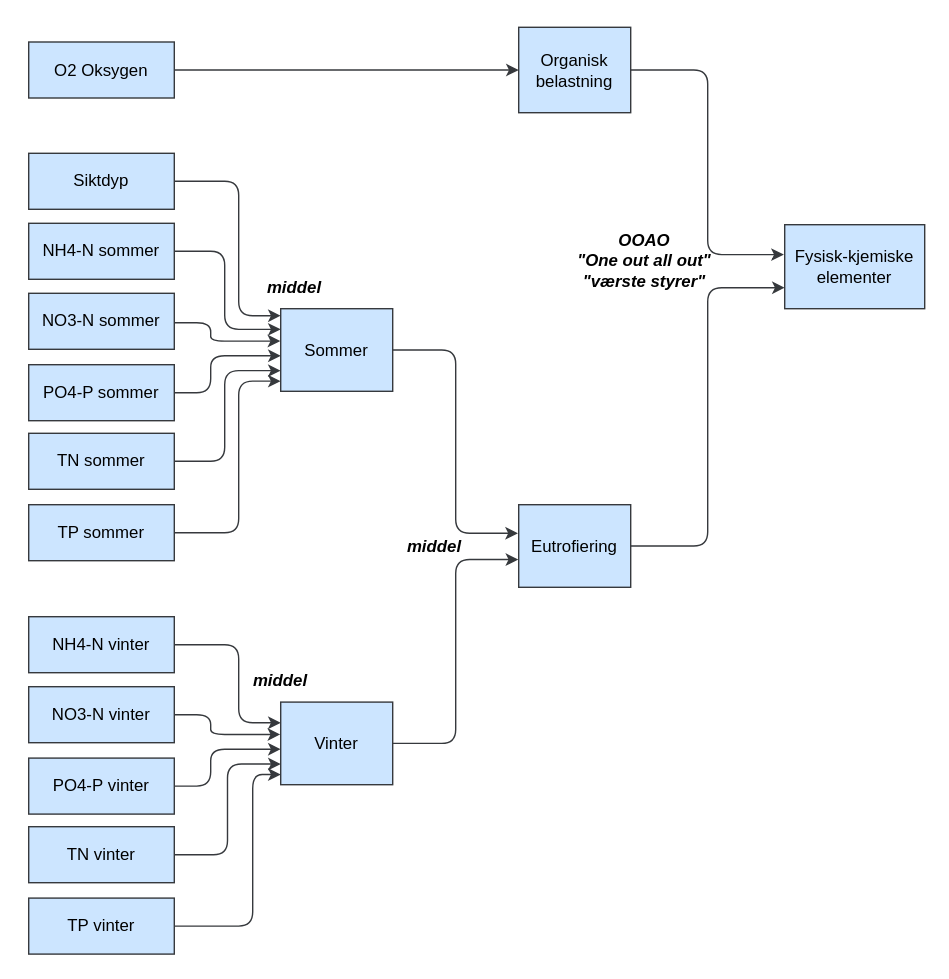
The draw.io diagram martini2.drawio in ciaran-dk/flowchart, before the edit. Source tidied: cells renumbered, new cells numbered last; positions are measured from the earlier drawing's top-left corner, leaving out a move shared by most shapes. Both pictures are drawn from the tidied source at 140%, with x=0, y=0 at pixel (28, 27).
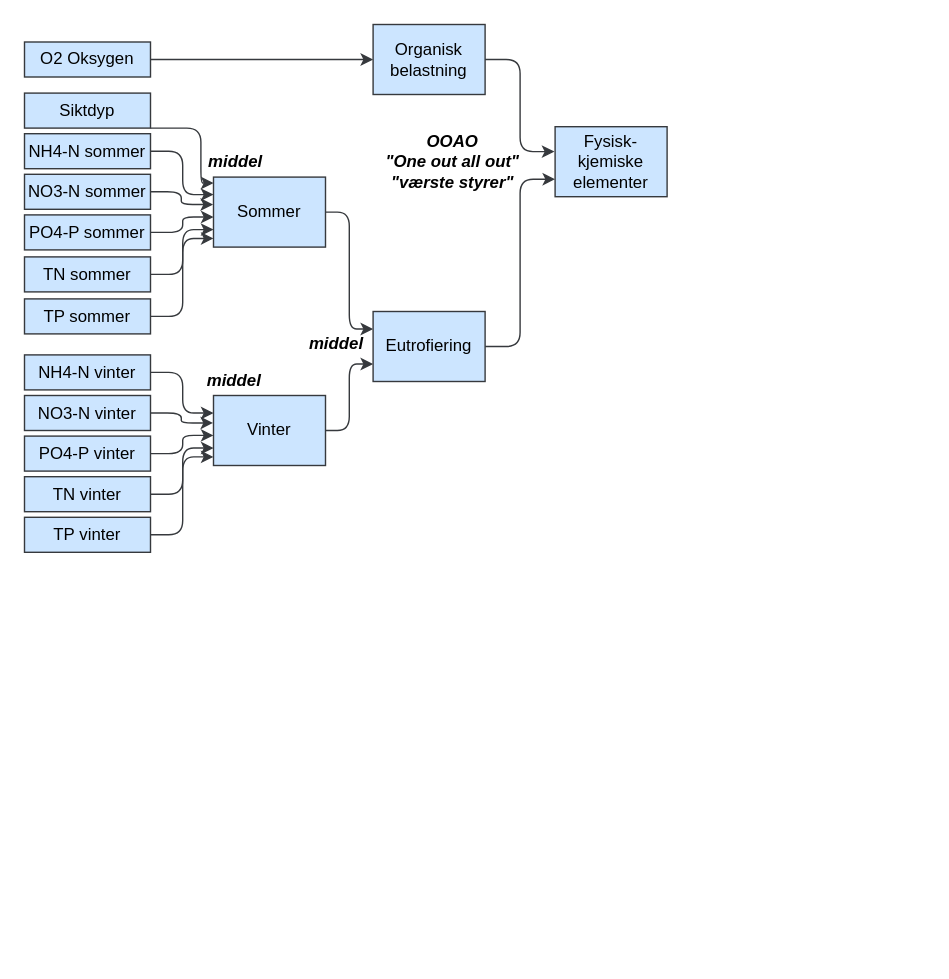
The same page after the edit.

Diff of the diagram source:
```diff
@@
     <mxCell id="2" value="Fysisk-kjemiske elementer" style="whiteSpace=wrap;html=1;labelBackgroundColor=none;fillColor=#cce5ff;strokeColor=#36393d;fontColor=#000000;" parent="1" vertex="1">
-      <mxGeometry x="540" y="141" width="100" height="60" as="geometry" />
+      <mxGeometry x="376" y="71" width="80" height="50" as="geometry" />
     </mxCell>
@@
     <mxCell id="4" value="Sommer" style="whiteSpace=wrap;html=1;labelBackgroundColor=none;fillColor=#cce5ff;strokeColor=#36393d;fontColor=#000000;" parent="1" vertex="1">
-      <mxGeometry x="180" y="201" width="80" height="59" as="geometry" />
+      <mxGeometry x="132" y="107" width="80" height="50" as="geometry" />
     </mxCell>
-    <mxCell id="5" style="edgeStyle=elbowEdgeStyle;elbow=horizontal;html=1;rounded=1;curved=0;sourcePerimeterSpacing=0;targetPerimeterSpacing=0;startSize=6;endSize=6;labelBackgroundColor=none;fontColor=#000000;fillColor=#cce5ff;strokeColor=#36393d;entryX=-0.007;entryY=0.346;entryDx=0;entryDy=0;entryPerimeter=0;" parent="1" edge="1" source="4" target="35">
+    <mxCell id="5" style="edgeStyle=elbowEdgeStyle;elbow=horizontal;html=1;rounded=1;curved=0;sourcePerimeterSpacing=0;targetPerimeterSpacing=0;startSize=6;endSize=6;labelBackgroundColor=none;fontColor=#000000;fillColor=#cce5ff;strokeColor=#36393d;entryX=0;entryY=0.25;entryDx=0;entryDy=0;" parent="1" edge="1" source="4" target="35">
       <mxGeometry relative="1" as="geometry" />
     </mxCell>
     <mxCell id="6" value="NH4-N sommer" style="whiteSpace=wrap;html=1;labelBackgroundColor=none;fillColor=#cce5ff;strokeColor=#36393d;fontColor=#000000;" parent="1" vertex="1">
-      <mxGeometry y="140" width="104" height="40" as="geometry" />
+      <mxGeometry x="-3" y="76" width="90" height="25" as="geometry" />
     </mxCell>
-    <mxCell id="7" style="edgeStyle=elbowEdgeStyle;elbow=horizontal;html=1;rounded=1;curved=0;sourcePerimeterSpacing=0;targetPerimeterSpacing=0;startSize=6;endSize=6;labelBackgroundColor=none;fontColor=#000000;fillColor=#cce5ff;strokeColor=#36393d;entryX=0;entryY=0.25;entryDx=0;entryDy=0;" parent="1" edge="1" source="6" target="4">
-      <mxGeometry relative="1" as="geometry">
-        <Array as="points">
-          <mxPoint x="140" y="181" />
-        </Array>
-      </mxGeometry>
+    <mxCell id="7" style="edgeStyle=elbowEdgeStyle;elbow=horizontal;html=1;rounded=1;curved=0;sourcePerimeterSpacing=0;targetPerimeterSpacing=0;startSize=6;endSize=6;labelBackgroundColor=none;fontColor=#000000;fillColor=#cce5ff;strokeColor=#36393d;entryX=0;entryY=0.25;entryDx=0;entryDy=0;exitX=1;exitY=0.5;exitDx=0;exitDy=0;" parent="1" edge="1" source="6" target="4">
+      <mxGeometry relative="1" as="geometry" />
     </mxCell>
     <mxCell id="8" value="Siktdyp" style="whiteSpace=wrap;html=1;labelBackgroundColor=none;fillColor=#cce5ff;strokeColor=#36393d;fontColor=#000000;" parent="1" vertex="1">
-      <mxGeometry y="90" width="104" height="40" as="geometry" />
+      <mxGeometry x="-3" y="47" width="90" height="25" as="geometry" />
     </mxCell>
     <mxCell id="9" style="edgeStyle=elbowEdgeStyle;elbow=horizontal;html=1;rounded=1;curved=0;sourcePerimeterSpacing=0;targetPerimeterSpacing=0;startSize=6;endSize=6;entryX=0;entryY=0.085;entryDx=0;entryDy=0;labelBackgroundColor=none;fontColor=#000000;fillColor=#cce5ff;strokeColor=#36393d;entryPerimeter=0;" parent="1" edge="1" source="8" target="4">
       <mxGeometry relative="1" as="geometry">
         <Array as="points">
-          <mxPoint x="150" y="161" />
+          <mxPoint x="123" y="72" />
         </Array>
       </mxGeometry>
     </mxCell>
     <mxCell id="10" value="&lt;div&gt;Organisk&lt;/div&gt;&lt;div&gt;belastning&lt;/div&gt;" style="whiteSpace=wrap;html=1;labelBackgroundColor=none;fillColor=#cce5ff;strokeColor=#36393d;fontColor=#000000;" parent="1" vertex="1">
-      <mxGeometry x="350" width="80" height="61" as="geometry" />
+      <mxGeometry x="246" y="-2" width="80" height="50" as="geometry" />
     </mxCell>
@@
     <mxCell id="12" value="O2 Oksygen" style="whiteSpace=wrap;html=1;labelBackgroundColor=none;fillColor=#cce5ff;strokeColor=#36393d;fontColor=#000000;" parent="1" vertex="1">
-      <mxGeometry y="10.5" width="104" height="40" as="geometry" />
+      <mxGeometry x="-3" y="10.5" width="90" height="25" as="geometry" />
     </mxCell>
@@
     <mxCell id="14" value="NO3-N sommer" style="whiteSpace=wrap;html=1;labelBackgroundColor=none;fillColor=#cce5ff;strokeColor=#36393d;fontColor=#000000;" parent="1" vertex="1">
-      <mxGeometry y="190" width="104" height="40" as="geometry" />
+      <mxGeometry x="-3" y="105" width="90" height="25" as="geometry" />
     </mxCell>
     <mxCell id="15" style="edgeStyle=elbowEdgeStyle;elbow=horizontal;html=1;rounded=1;curved=0;sourcePerimeterSpacing=0;targetPerimeterSpacing=0;startSize=6;endSize=6;entryX=-0.004;entryY=0.392;entryDx=0;entryDy=0;labelBackgroundColor=none;fontColor=#000000;fillColor=#cce5ff;strokeColor=#36393d;entryPerimeter=0;" parent="1" edge="1" source="14" target="4">
-      <mxGeometry relative="1" as="geometry">
-        <Array as="points">
-          <mxPoint x="130" y="211" />
-        </Array>
-      </mxGeometry>
+      <mxGeometry relative="1" as="geometry" />
     </mxCell>
     <mxCell id="16" value="&lt;div&gt;OOAO&lt;/div&gt;&lt;div&gt;&quot;One out all out&quot;&lt;/div&gt;&lt;div&gt;&quot;værste styrer&quot;&lt;/div&gt;" style="text;html=1;align=center;verticalAlign=middle;whiteSpace=wrap;rounded=0;fontColor=#000000;fontStyle=3;" parent="1" vertex="1">
-      <mxGeometry x="370" y="152" width="140" height="30" as="geometry" />
+      <mxGeometry x="233" y="81" width="140" height="30" as="geometry" />
     </mxCell>
-    <mxCell id="17" style="edgeStyle=elbowEdgeStyle;elbow=horizontal;html=1;rounded=1;curved=0;sourcePerimeterSpacing=0;targetPerimeterSpacing=0;startSize=6;endSize=6;entryX=0;entryY=0.57;entryDx=0;entryDy=0;labelBackgroundColor=none;fontColor=#000000;fillColor=#cce5ff;strokeColor=#36393d;entryPerimeter=0;" parent="1" edge="1" target="4">
-      <mxGeometry relative="1" as="geometry">
-        <mxPoint x="104" y="261" as="sourcePoint" />
-        <Array as="points">
-          <mxPoint x="130" y="251" />
-        </Array>
-      </mxGeometry>
+    <mxCell id="17" style="edgeStyle=elbowEdgeStyle;elbow=horizontal;html=1;rounded=1;curved=0;sourcePerimeterSpacing=0;targetPerimeterSpacing=0;startSize=6;endSize=6;entryX=0;entryY=0.57;entryDx=0;entryDy=0;labelBackgroundColor=none;fontColor=#000000;fillColor=#cce5ff;strokeColor=#36393d;entryPerimeter=0;exitX=1;exitY=0.5;exitDx=0;exitDy=0;" parent="1" edge="1" source="18" target="4">
+      <mxGeometry relative="1" as="geometry" />
     </mxCell>
     <mxCell id="18" value="PO4-P sommer" style="whiteSpace=wrap;html=1;labelBackgroundColor=none;fillColor=#cce5ff;strokeColor=#36393d;fontColor=#000000;" parent="1" vertex="1">
-      <mxGeometry y="241" width="104" height="40" as="geometry" />
+      <mxGeometry x="-3" y="134" width="90" height="25" as="geometry" />
     </mxCell>
     <mxCell id="19" value="TN sommer" style="whiteSpace=wrap;html=1;labelBackgroundColor=none;fillColor=#cce5ff;strokeColor=#36393d;fontColor=#000000;" parent="1" vertex="1">
-      <mxGeometry y="290" width="104" height="40" as="geometry" />
+      <mxGeometry x="-3" y="164" width="90" height="25" as="geometry" />
     </mxCell>
-    <mxCell id="20" style="edgeStyle=elbowEdgeStyle;elbow=horizontal;html=1;rounded=1;curved=0;sourcePerimeterSpacing=0;targetPerimeterSpacing=0;startSize=6;endSize=6;entryX=0;entryY=0.75;entryDx=0;entryDy=0;labelBackgroundColor=none;fontColor=#000000;fillColor=#cce5ff;strokeColor=#36393d;" parent="1" edge="1" target="4">
-      <mxGeometry relative="1" as="geometry">
-        <mxPoint x="104" y="310" as="sourcePoint" />
-        <Array as="points">
-          <mxPoint x="140" y="281" />
-        </Array>
-      </mxGeometry>
+    <mxCell id="20" style="edgeStyle=elbowEdgeStyle;elbow=horizontal;html=1;rounded=1;curved=0;sourcePerimeterSpacing=0;targetPerimeterSpacing=0;startSize=6;endSize=6;entryX=0;entryY=0.75;entryDx=0;entryDy=0;labelBackgroundColor=none;fontColor=#000000;fillColor=#cce5ff;strokeColor=#36393d;exitX=1;exitY=0.5;exitDx=0;exitDy=0;" parent="1" edge="1" source="19" target="4">
+      <mxGeometry relative="1" as="geometry" />
     </mxCell>
     <mxCell id="21" value="TP sommer" style="whiteSpace=wrap;html=1;labelBackgroundColor=none;fillColor=#cce5ff;strokeColor=#36393d;fontColor=#000000;" parent="1" vertex="1">
-      <mxGeometry y="341" width="104" height="40" as="geometry" />
+      <mxGeometry x="-3" y="194" width="90" height="25" as="geometry" />
     </mxCell>
-    <mxCell id="22" style="edgeStyle=elbowEdgeStyle;elbow=horizontal;html=1;rounded=1;curved=0;sourcePerimeterSpacing=0;targetPerimeterSpacing=0;startSize=6;endSize=6;entryX=0;entryY=0.877;entryDx=0;entryDy=0;labelBackgroundColor=none;fontColor=#000000;fillColor=#cce5ff;strokeColor=#36393d;entryPerimeter=0;" parent="1" edge="1" source="21" target="4">
-      <mxGeometry relative="1" as="geometry">
-        <Array as="points">
-          <mxPoint x="150" y="311" />
-        </Array>
-      </mxGeometry>
+    <mxCell id="22" style="edgeStyle=elbowEdgeStyle;elbow=horizontal;html=1;rounded=1;curved=0;sourcePerimeterSpacing=0;targetPerimeterSpacing=0;startSize=6;endSize=6;entryX=0;entryY=0.877;entryDx=0;entryDy=0;labelBackgroundColor=none;fontColor=#000000;fillColor=#cce5ff;strokeColor=#36393d;entryPerimeter=0;exitX=1;exitY=0.5;exitDx=0;exitDy=0;" parent="1" edge="1" source="21" target="4">
+      <mxGeometry relative="1" as="geometry" />
     </mxCell>
     <mxCell id="23" value="&lt;div&gt;Vinter&lt;/div&gt;" style="whiteSpace=wrap;html=1;labelBackgroundColor=none;fillColor=#cce5ff;strokeColor=#36393d;fontColor=#000000;" parent="1" vertex="1">
-      <mxGeometry x="180" y="482" width="80" height="59" as="geometry" />
+      <mxGeometry x="132" y="263" width="80" height="50" as="geometry" />
     </mxCell>
-    <mxCell id="24" style="edgeStyle=elbowEdgeStyle;elbow=horizontal;html=1;rounded=1;curved=0;sourcePerimeterSpacing=0;targetPerimeterSpacing=0;startSize=6;endSize=6;labelBackgroundColor=none;fontColor=#000000;fillColor=#cce5ff;strokeColor=#36393d;entryX=-0.004;entryY=0.664;entryDx=0;entryDy=0;entryPerimeter=0;" parent="1" edge="1" source="23" target="35">
+    <mxCell id="24" style="edgeStyle=elbowEdgeStyle;elbow=horizontal;html=1;rounded=1;curved=0;sourcePerimeterSpacing=0;targetPerimeterSpacing=0;startSize=6;endSize=6;labelBackgroundColor=none;fontColor=#000000;fillColor=#cce5ff;strokeColor=#36393d;entryX=0;entryY=0.75;entryDx=0;entryDy=0;" parent="1" edge="1" source="23" target="35">
       <mxGeometry relative="1" as="geometry" />
     </mxCell>
     <mxCell id="25" value="NH4-N vinter" style="whiteSpace=wrap;html=1;labelBackgroundColor=none;fillColor=#cce5ff;strokeColor=#36393d;fontColor=#000000;" parent="1" vertex="1">
-      <mxGeometry y="421" width="104" height="40" as="geometry" />
+      <mxGeometry x="-3" y="234" width="90" height="25" as="geometry" />
     </mxCell>
-    <mxCell id="26" style="edgeStyle=elbowEdgeStyle;elbow=horizontal;html=1;rounded=1;curved=0;sourcePerimeterSpacing=0;targetPerimeterSpacing=0;startSize=6;endSize=6;labelBackgroundColor=none;fontColor=#000000;fillColor=#cce5ff;strokeColor=#36393d;entryX=0;entryY=0.25;entryDx=0;entryDy=0;" parent="1" edge="1" source="25" target="23">
-      <mxGeometry relative="1" as="geometry">
-        <Array as="points">
-          <mxPoint x="150" y="471" />
-        </Array>
-      </mxGeometry>
+    <mxCell id="26" style="edgeStyle=elbowEdgeStyle;elbow=horizontal;html=1;rounded=1;curved=0;sourcePerimeterSpacing=0;targetPerimeterSpacing=0;startSize=6;endSize=6;labelBackgroundColor=none;fontColor=#000000;fillColor=#cce5ff;strokeColor=#36393d;entryX=0;entryY=0.25;entryDx=0;entryDy=0;exitX=1;exitY=0.5;exitDx=0;exitDy=0;" parent="1" edge="1" source="25" target="23">
+      <mxGeometry relative="1" as="geometry" />
     </mxCell>
     <mxCell id="27" value="NO3-N&amp;nbsp;vinter" style="whiteSpace=wrap;html=1;labelBackgroundColor=none;fillColor=#cce5ff;strokeColor=#36393d;fontColor=#000000;" parent="1" vertex="1">
-      <mxGeometry y="471" width="104" height="40" as="geometry" />
+      <mxGeometry x="-3" y="263" width="90" height="25" as="geometry" />
     </mxCell>
     <mxCell id="28" style="edgeStyle=elbowEdgeStyle;elbow=horizontal;html=1;rounded=1;curved=0;sourcePerimeterSpacing=0;targetPerimeterSpacing=0;startSize=6;endSize=6;entryX=-0.004;entryY=0.392;entryDx=0;entryDy=0;labelBackgroundColor=none;fontColor=#000000;fillColor=#cce5ff;strokeColor=#36393d;entryPerimeter=0;" parent="1" edge="1" source="27" target="23">
-      <mxGeometry relative="1" as="geometry">
-        <Array as="points">
-          <mxPoint x="130" y="491" />
-        </Array>
-      </mxGeometry>
+      <mxGeometry relative="1" as="geometry" />
     </mxCell>
-    <mxCell id="29" style="edgeStyle=elbowEdgeStyle;elbow=horizontal;html=1;rounded=1;curved=0;sourcePerimeterSpacing=0;targetPerimeterSpacing=0;startSize=6;endSize=6;entryX=0;entryY=0.57;entryDx=0;entryDy=0;labelBackgroundColor=none;fontColor=#000000;fillColor=#cce5ff;strokeColor=#36393d;entryPerimeter=0;" parent="1" edge="1" target="23">
-      <mxGeometry relative="1" as="geometry">
-        <mxPoint x="104" y="542" as="sourcePoint" />
-        <Array as="points">
-          <mxPoint x="130" y="531" />
-        </Array>
-      </mxGeometry>
+    <mxCell id="29" style="edgeStyle=elbowEdgeStyle;elbow=horizontal;html=1;rounded=1;curved=0;sourcePerimeterSpacing=0;targetPerimeterSpacing=0;startSize=6;endSize=6;entryX=0;entryY=0.57;entryDx=0;entryDy=0;labelBackgroundColor=none;fontColor=#000000;fillColor=#cce5ff;strokeColor=#36393d;entryPerimeter=0;exitX=1;exitY=0.5;exitDx=0;exitDy=0;" parent="1" edge="1" source="30" target="23">
+      <mxGeometry relative="1" as="geometry" />
     </mxCell>
     <mxCell id="30" value="PO4-P&amp;nbsp;vinter" style="whiteSpace=wrap;html=1;labelBackgroundColor=none;fillColor=#cce5ff;strokeColor=#36393d;fontColor=#000000;" parent="1" vertex="1">
-      <mxGeometry y="522" width="104" height="40" as="geometry" />
+      <mxGeometry x="-3" y="292" width="90" height="25" as="geometry" />
     </mxCell>
     <mxCell id="31" value="TN&amp;nbsp;vinter" style="whiteSpace=wrap;html=1;labelBackgroundColor=none;fillColor=#cce5ff;strokeColor=#36393d;fontColor=#000000;" parent="1" vertex="1">
-      <mxGeometry y="571" width="104" height="40" as="geometry" />
+      <mxGeometry x="-3" y="321" width="90" height="25" as="geometry" />
     </mxCell>
-    <mxCell id="32" style="edgeStyle=elbowEdgeStyle;elbow=horizontal;html=1;rounded=1;curved=0;sourcePerimeterSpacing=0;targetPerimeterSpacing=0;startSize=6;endSize=6;entryX=0;entryY=0.75;entryDx=0;entryDy=0;labelBackgroundColor=none;fontColor=#000000;fillColor=#cce5ff;strokeColor=#36393d;" parent="1" edge="1" target="23">
-      <mxGeometry relative="1" as="geometry">
-        <mxPoint x="104" y="591" as="sourcePoint" />
-      </mxGeometry>
+    <mxCell id="32" style="edgeStyle=elbowEdgeStyle;elbow=horizontal;html=1;rounded=1;curved=0;sourcePerimeterSpacing=0;targetPerimeterSpacing=0;startSize=6;endSize=6;entryX=0;entryY=0.75;entryDx=0;entryDy=0;labelBackgroundColor=none;fontColor=#000000;fillColor=#cce5ff;strokeColor=#36393d;exitX=1;exitY=0.5;exitDx=0;exitDy=0;" parent="1" edge="1" source="31" target="23">
+      <mxGeometry relative="1" as="geometry" />
     </mxCell>
     <mxCell id="33" value="TP&amp;nbsp;vinter" style="whiteSpace=wrap;html=1;labelBackgroundColor=none;fillColor=#cce5ff;strokeColor=#36393d;fontColor=#000000;" parent="1" vertex="1">
-      <mxGeometry y="622" width="104" height="40" as="geometry" />
+      <mxGeometry x="-3" y="350" width="90" height="25" as="geometry" />
     </mxCell>
-    <mxCell id="34" style="edgeStyle=elbowEdgeStyle;elbow=horizontal;html=1;rounded=1;curved=0;sourcePerimeterSpacing=0;targetPerimeterSpacing=0;startSize=6;endSize=6;entryX=0;entryY=0.877;entryDx=0;entryDy=0;labelBackgroundColor=none;fontColor=#000000;fillColor=#cce5ff;strokeColor=#36393d;entryPerimeter=0;" parent="1" edge="1" source="33" target="23">
-      <mxGeometry relative="1" as="geometry">
-        <Array as="points">
-          <mxPoint x="160" y="591" />
-        </Array>
-      </mxGeometry>
+    <mxCell id="34" style="edgeStyle=elbowEdgeStyle;elbow=horizontal;html=1;rounded=1;curved=0;sourcePerimeterSpacing=0;targetPerimeterSpacing=0;startSize=6;endSize=6;entryX=0;entryY=0.877;entryDx=0;entryDy=0;labelBackgroundColor=none;fontColor=#000000;fillColor=#cce5ff;strokeColor=#36393d;entryPerimeter=0;exitX=1;exitY=0.5;exitDx=0;exitDy=0;" parent="1" edge="1" source="33" target="23">
+      <mxGeometry relative="1" as="geometry" />
     </mxCell>
     <mxCell id="35" value="Eutrofiering" style="whiteSpace=wrap;html=1;labelBackgroundColor=none;fillColor=#cce5ff;strokeColor=#36393d;fontColor=#000000;" parent="1" vertex="1">
-      <mxGeometry x="350" y="341" width="80" height="59" as="geometry" />
+      <mxGeometry x="246" y="203" width="80" height="50" as="geometry" />
     </mxCell>
     <mxCell id="36" value="middel" style="text;html=1;align=center;verticalAlign=middle;whiteSpace=wrap;rounded=0;fontColor=#000000;fontStyle=3;" parent="1" vertex="1">
-      <mxGeometry x="260" y="355.5" width="60" height="30" as="geometry" />
+      <mxGeometry x="190" y="210.5" width="60" height="30" as="geometry" />
     </mxCell>
     <mxCell id="37" value="middel" style="text;html=1;align=center;verticalAlign=middle;whiteSpace=wrap;rounded=0;fontColor=#000000;fontStyle=3;" parent="1" vertex="1">
-      <mxGeometry x="150" y="452" width="60" height="30" as="geometry" />
+      <mxGeometry x="117" y="238" width="60" height="30" as="geometry" />
     </mxCell>
     <mxCell id="38" value="middel" style="text;html=1;align=center;verticalAlign=middle;whiteSpace=wrap;rounded=0;fontColor=#000000;fontStyle=3;" parent="1" vertex="1">
-      <mxGeometry x="160" y="171" width="60" height="30" as="geometry" />
+      <mxGeometry x="118" y="81" width="60" height="30" as="geometry" />
     </mxCell>
```
